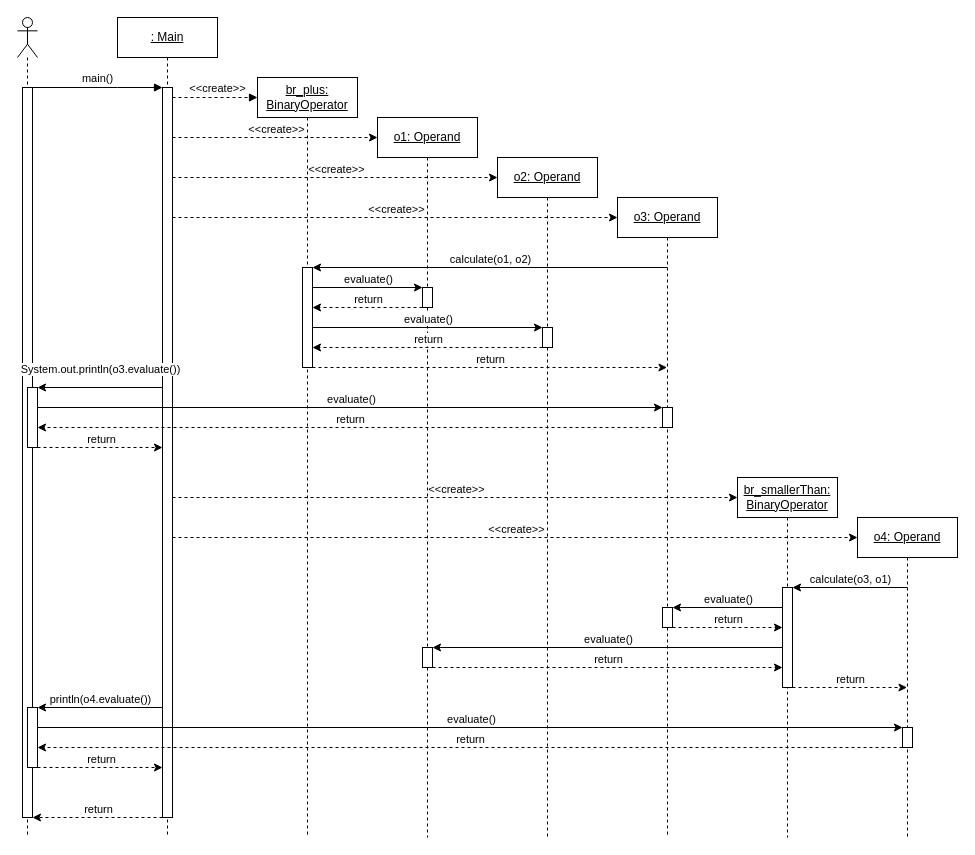
Above: Lab2/lab2.drawio in jcharamut-uconn/CSE2102-SP24-Lab1-Group44 (draw.io), before the change. Source tidied: cells renumbered, new cells numbered last; positions are measured from the earlier drawing's top-left corner, leaving out a move shared by most shapes. Both pictures are drawn from the tidied source at 100%, with x=0, y=0 at pixel (17, 17).
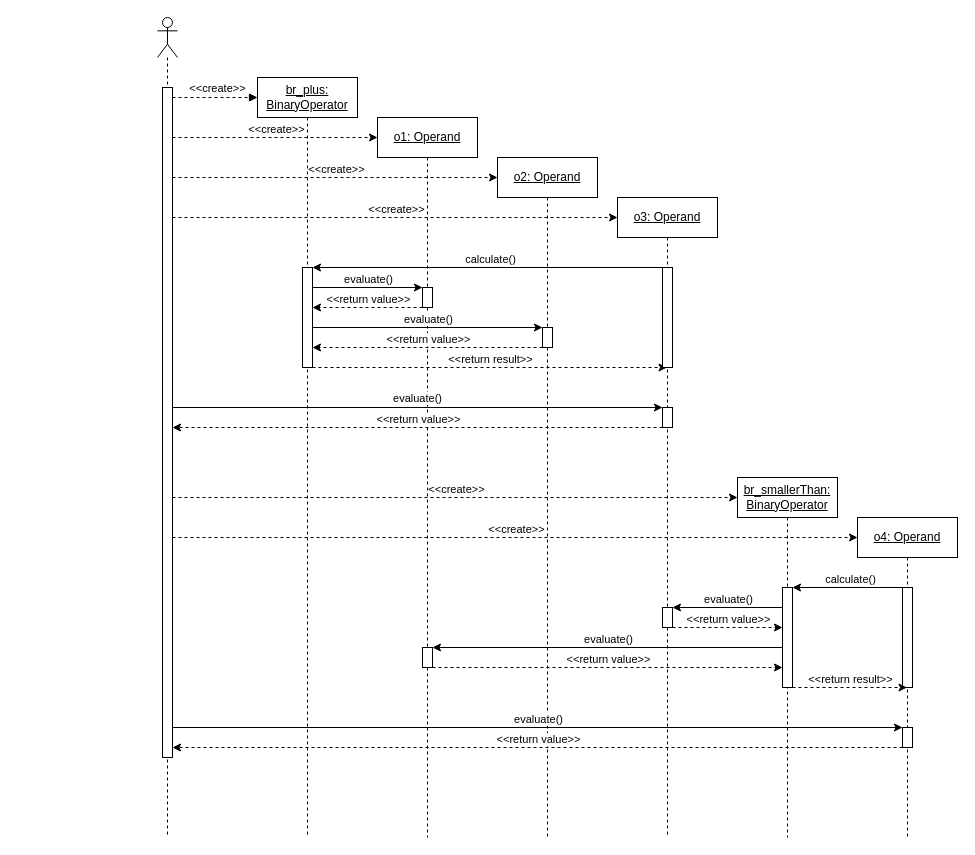
The same diagram, later.

The change refers to these unchanged cells:
```xml
<mxCell id="13" style="html=1;points=[];perimeter=orthogonalPerimeter;outlineConnect=0;targetShapes=umlLifeline;portConstraint=eastwest;newEdgeStyle={&quot;edgeStyle&quot;:&quot;elbowEdgeStyle&quot;,&quot;elbow&quot;:&quot;vertical&quot;,&quot;curved&quot;:0,&quot;rounded&quot;:0};" parent="12" vertex="1">
  <mxGeometry x="45" y="210" width="10" height="20" as="geometry" />
</mxCell>
<mxCell id="17" value="o4: Operand" style="shape=umlLifeline;perimeter=lifelinePerimeter;whiteSpace=wrap;html=1;outlineConnect=0;portConstraint=eastwest;newEdgeStyle={&quot;edgeStyle&quot;:&quot;elbowEdgeStyle&quot;,&quot;elbow&quot;:&quot;vertical&quot;,&quot;curved&quot;:0,&quot;rounded&quot;:0};fontStyle=4;" parent="1" vertex="1">
  <mxGeometry x="840" y="500" width="100" height="320" as="geometry" />
</mxCell>
<mxCell id="18" style="html=1;points=[];perimeter=orthogonalPerimeter;outlineConnect=0;targetShapes=umlLifeline;portConstraint=eastwest;newEdgeStyle={&quot;edgeStyle&quot;:&quot;elbowEdgeStyle&quot;,&quot;elbow&quot;:&quot;vertical&quot;,&quot;curved&quot;:0,&quot;rounded&quot;:0};direction=west;" parent="17" vertex="1">
  <mxGeometry x="45" y="210" width="10" height="20" as="geometry" />
</mxCell>
<mxCell id="26" style="endArrow=classic;html=1;rounded=0;" parent="1" edge="1">
  <mxGeometry relative="1" as="geometry">
    <mxPoint x="650" y="250" as="sourcePoint" />
    <mxPoint x="295" y="250" as="targetPoint" />
  </mxGeometry>
</mxCell>
<mxCell id="31" style="endArrow=classic;html=1;rounded=0;dashed=1;" parent="1" edge="1">
  <mxGeometry relative="1" as="geometry">
    <mxPoint x="405" y="290" as="sourcePoint" />
    <mxPoint x="295" y="290" as="targetPoint" />
  </mxGeometry>
</mxCell>
<mxCell id="35" style="endArrow=classic;html=1;rounded=0;dashed=1;" parent="1" edge="1" source="11">
  <mxGeometry relative="1" as="geometry">
    <mxPoint x="295" y="330" as="targetPoint" />
  </mxGeometry>
</mxCell>
<mxCell id="37" style="endArrow=classic;html=1;rounded=0;dashed=1;" parent="1" edge="1" target="12">
  <mxGeometry relative="1" as="geometry">
    <mxPoint x="295" y="350" as="sourcePoint" />
  </mxGeometry>
</mxCell>
<mxCell id="49" style="endArrow=classic;html=1;rounded=0;" parent="1" edge="1" target="16">
  <mxGeometry relative="1" as="geometry">
    <mxPoint x="890" y="570" as="sourcePoint" />
  </mxGeometry>
</mxCell>
<mxCell id="53" style="endArrow=classic;html=1;rounded=0;dashed=1;" parent="1" edge="1" target="16">
  <mxGeometry relative="1" as="geometry">
    <mxPoint x="655" y="610" as="sourcePoint" />
  </mxGeometry>
</mxCell>
<mxCell id="58" style="endArrow=classic;html=1;rounded=0;dashed=1;" parent="1" edge="1" source="57">
  <mxGeometry relative="1" as="geometry">
    <mxPoint x="765" y="650" as="targetPoint" />
  </mxGeometry>
</mxCell>
```

What changed in the source:
```diff
@@
-    <mxCell id="2" style="shape=umlLifeline;perimeter=lifelinePerimeter;whiteSpace=wrap;html=1;newEdgeStyle={&quot;curved&quot;:0,&quot;rounded&quot;:0};participant=umlActor;" parent="1" vertex="1">
-      <mxGeometry width="20" height="820" as="geometry" />
-    </mxCell>
-    <mxCell id="3" style="html=1;perimeter=orthogonalPerimeter;targetShapes=umlLifeline;newEdgeStyle={&quot;edgeStyle&quot;:&quot;elbowEdgeStyle&quot;,&quot;elbow&quot;:&quot;vertical&quot;,&quot;curved&quot;:0,&quot;rounded&quot;:0};" parent="1" vertex="1">
-      <mxGeometry x="5" y="70" width="10" height="730" as="geometry" />
-    </mxCell>
@@
-    <mxCell id="6" value="&amp;lt;&amp;lt;create&amp;gt;&amp;gt;" style="html=1;verticalAlign=bottom;endArrow=block;edgeStyle=elbowEdgeStyle;elbow=vertical;curved=0;rounded=0;dashed=1;" parent="1" edge="1" source="9">
+    <mxCell id="6" value="&amp;lt;&amp;lt;create&amp;gt;&amp;gt;" style="html=1;verticalAlign=bottom;endArrow=block;edgeStyle=elbowEdgeStyle;elbow=vertical;curved=0;rounded=0;dashed=1;" parent="1" edge="1">
       <mxGeometry x="0.06" relative="1" as="geometry">
+        <mxPoint x="155" y="80" as="sourcePoint" />
         <mxPoint x="240" y="80" as="targetPoint" />
         <Array as="points">
           <mxPoint x="240" y="80" />
         </Array>
       </mxGeometry>
     </mxCell>
@@
-    <mxCell id="8" value=": Main" style="shape=umlLifeline;perimeter=lifelinePerimeter;whiteSpace=wrap;html=1;newEdgeStyle={&quot;edgeStyle&quot;:&quot;elbowEdgeStyle&quot;,&quot;elbow&quot;:&quot;vertical&quot;,&quot;curved&quot;:0,&quot;rounded&quot;:0};fontStyle=4;" parent="1" vertex="1">
-      <mxGeometry x="100" width="100" height="820" as="geometry" />
-    </mxCell>
-    <mxCell id="9" style="html=1;points=[];perimeter=orthogonalPerimeter;outlineConnect=0;targetShapes=umlLifeline;portConstraint=eastwest;newEdgeStyle={&quot;edgeStyle&quot;:&quot;elbowEdgeStyle&quot;,&quot;elbow&quot;:&quot;vertical&quot;,&quot;curved&quot;:0,&quot;rounded&quot;:0};" parent="8" vertex="1">
-      <mxGeometry x="45" y="70" width="10" height="730" as="geometry" />
-    </mxCell>
@@
-    <mxCell id="23" value="main()" style="html=1;verticalAlign=bottom;endArrow=block;edgeStyle=elbowEdgeStyle;elbow=vertical;curved=0;rounded=0;" parent="1" edge="1">
-      <mxGeometry relative="1" as="geometry">
-        <mxPoint x="15" y="70" as="sourcePoint" />
-        <mxPoint x="145" y="70" as="targetPoint" />
-        <Array as="points">
-          <mxPoint x="100" y="70" />
-        </Array>
-      </mxGeometry>
-    </mxCell>
-    <mxCell id="24" style="endArrow=classic;html=1;rounded=0;verticalAlign=bottom;dashed=1;" parent="1" edge="1" source="9">
+    <mxCell id="24" style="endArrow=classic;html=1;rounded=0;verticalAlign=bottom;dashed=1;" parent="1" edge="1">
       <mxGeometry relative="1" as="geometry">
+        <mxPoint x="155" y="200" as="sourcePoint" />
         <mxPoint x="600" y="200" as="targetPoint" />
       </mxGeometry>
     </mxCell>
@@
-    <mxCell id="27" value="calculate(o1, o2)" style="edgeLabel;html=1;align=center;verticalAlign=bottom;" parent="26" vertex="1">
+    <mxCell id="27" value="calculate()" style="edgeLabel;html=1;align=center;verticalAlign=bottom;" parent="26" vertex="1">
       <mxGeometry relative="1" as="geometry" />
     </mxCell>
@@
-    <mxCell id="32" value="return" style="edgeLabel;html=1;align=center;verticalAlign=bottom;" parent="31" vertex="1">
+    <mxCell id="32" value="&amp;lt;&amp;lt;return value&amp;gt;&amp;gt;" style="edgeLabel;html=1;align=center;verticalAlign=bottom;" parent="31" vertex="1">
       <mxGeometry relative="1" as="geometry" />
     </mxCell>
@@
-    <mxCell id="36" value="return" style="edgeLabel;html=1;align=center;verticalAlign=bottom;" parent="35" vertex="1">
+    <mxCell id="36" value="&amp;lt;&amp;lt;return value&amp;gt;&amp;gt;" style="edgeLabel;html=1;align=center;verticalAlign=bottom;" parent="35" vertex="1">
       <mxGeometry relative="1" as="geometry" />
     </mxCell>
@@
-    <mxCell id="38" value="return" style="edgeLabel;html=1;align=center;verticalAlign=bottom;" parent="37" vertex="1">
+    <mxCell id="38" value="&amp;lt;&amp;lt;return result&amp;gt;&amp;gt;" style="edgeLabel;html=1;align=center;verticalAlign=bottom;" parent="37" vertex="1">
       <mxGeometry relative="1" as="geometry" />
     </mxCell>
-    <mxCell id="39" style="endArrow=classic;html=1;rounded=0;" parent="1" edge="1" target="13">
+    <mxCell id="39" value="evaluate()" style="endArrow=classic;html=1;rounded=0;verticalAlign=bottom;" parent="1" edge="1" target="13">
       <mxGeometry relative="1" as="geometry">
-        <mxPoint x="20" y="390" as="sourcePoint" />
+        <mxPoint x="155" y="390" as="sourcePoint" />
       </mxGeometry>
     </mxCell>
-    <mxCell id="40" value="evaluate()" style="edgeLabel;html=1;align=center;verticalAlign=bottom;" parent="39" vertex="1">
-      <mxGeometry relative="1" as="geometry" />
-    </mxCell>
     <mxCell id="41" style="endArrow=classic;html=1;rounded=0;dashed=1;" parent="1" edge="1" source="13">
       <mxGeometry relative="1" as="geometry">
-        <mxPoint x="20" y="410" as="targetPoint" />
+        <mxPoint x="155" y="410" as="targetPoint" />
       </mxGeometry>
     </mxCell>
-    <mxCell id="42" value="return" style="edgeLabel;html=1;align=center;verticalAlign=bottom;" parent="41" vertex="1">
+    <mxCell id="42" value="&amp;lt;&amp;lt;return value&amp;gt;&amp;gt;" style="edgeLabel;html=1;align=center;verticalAlign=bottom;" parent="41" vertex="1">
       <mxGeometry relative="1" as="geometry" />
     </mxCell>
-    <mxCell id="43" style="endArrow=classic;html=1;rounded=0;dashed=1;" parent="1" edge="1" source="73">
-      <mxGeometry relative="1" as="geometry">
-        <mxPoint x="145" y="430" as="targetPoint" />
-      </mxGeometry>
-    </mxCell>
-    <mxCell id="44" value="return" style="edgeLabel;html=1;align=center;verticalAlign=bottom;" parent="43" vertex="1">
-      <mxGeometry relative="1" as="geometry" />
-    </mxCell>
-    <mxCell id="45" style="endArrow=classic;html=1;rounded=0;verticalAlign=bottom;dashed=1;" parent="1" edge="1" source="9">
+    <mxCell id="45" style="endArrow=classic;html=1;rounded=0;verticalAlign=bottom;dashed=1;" parent="1" edge="1">
       <mxGeometry relative="1" as="geometry">
+        <mxPoint x="155" y="480" as="sourcePoint" />
         <mxPoint x="720" y="480" as="targetPoint" />
       </mxGeometry>
     </mxCell>
@@
-    <mxCell id="47" style="endArrow=classic;html=1;rounded=0;verticalAlign=bottom;dashed=1;" parent="1" edge="1" source="9">
+    <mxCell id="47" style="endArrow=classic;html=1;rounded=0;verticalAlign=bottom;dashed=1;" parent="1" edge="1">
       <mxGeometry relative="1" as="geometry">
+        <mxPoint x="155" y="520" as="sourcePoint" />
         <mxPoint x="840" y="520" as="targetPoint" />
       </mxGeometry>
     </mxCell>
@@
-    <mxCell id="50" value="calculate(o3, o1)" style="edgeLabel;html=1;align=center;verticalAlign=bottom;" parent="49" vertex="1">
+    <mxCell id="50" value="calculate()" style="edgeLabel;html=1;align=center;verticalAlign=bottom;" parent="49" vertex="1">
       <mxGeometry relative="1" as="geometry" />
     </mxCell>
@@
+    <mxCell id="76" style="html=1;perimeter=orthogonalPerimeter;targetShapes=umlLifeline;newEdgeStyle={&quot;edgeStyle&quot;:&quot;elbowEdgeStyle&quot;,&quot;elbow&quot;:&quot;vertical&quot;,&quot;curved&quot;:0,&quot;rounded&quot;:0};" parent="1" vertex="1">
+      <mxGeometry x="645" y="250" width="10" height="100" as="geometry" />
+    </mxCell>
@@
-    <mxCell id="54" value="return" style="edgeLabel;html=1;align=center;verticalAlign=bottom;" parent="53" vertex="1">
+    <mxCell id="54" value="&amp;lt;&amp;lt;return value&amp;gt;&amp;gt;" style="edgeLabel;html=1;align=center;verticalAlign=bottom;" parent="53" vertex="1">
       <mxGeometry relative="1" as="geometry" />
     </mxCell>
@@
-    <mxCell id="59" value="return" style="edgeLabel;html=1;align=center;verticalAlign=bottom;" parent="58" vertex="1">
+    <mxCell id="59" value="&lt;div&gt;&amp;lt;&amp;lt;return value&amp;gt;&amp;gt;&lt;/div&gt;" style="edgeLabel;html=1;align=center;verticalAlign=bottom;" parent="58" vertex="1">
       <mxGeometry relative="1" as="geometry" />
     </mxCell>
-    <mxCell id="60" style="endArrow=classic;html=1;rounded=0;dashed=1;" parent="1" edge="1" target="17">
-      <mxGeometry relative="1" as="geometry">
-        <mxPoint x="775" y="670" as="sourcePoint" />
-      </mxGeometry>
-    </mxCell>
-    <mxCell id="61" value="return" style="edgeLabel;html=1;align=center;verticalAlign=bottom;" parent="60" vertex="1">
-      <mxGeometry relative="1" as="geometry" />
-    </mxCell>
-    <mxCell id="62" style="endArrow=classic;html=1;rounded=0;" parent="1" edge="1" source="9" target="64">
-      <mxGeometry relative="1" as="geometry" />
-    </mxCell>
-    <mxCell id="63" value="println(o4.evaluate())" style="edgeLabel;html=1;align=center;verticalAlign=bottom;" parent="62" vertex="1">
-      <mxGeometry relative="1" as="geometry" />
-    </mxCell>
-    <mxCell id="64" style="html=1;points=[];perimeter=orthogonalPerimeter;outlineConnect=0;targetShapes=umlLifeline;portConstraint=eastwest;newEdgeStyle={&quot;edgeStyle&quot;:&quot;elbowEdgeStyle&quot;,&quot;elbow&quot;:&quot;vertical&quot;,&quot;curved&quot;:0,&quot;rounded&quot;:0};" parent="1" vertex="1">
-      <mxGeometry x="10" y="690" width="10" height="60" as="geometry" />
-    </mxCell>
-    <mxCell id="65" style="endArrow=classic;html=1;rounded=0;" parent="1" edge="1" source="64">
+    <mxCell id="65" style="endArrow=classic;html=1;rounded=0;" parent="1" edge="1" target="18">
       <mxGeometry relative="1" as="geometry">
-        <mxPoint x="885" y="710" as="targetPoint" />
+        <mxPoint x="155" y="710" as="sourcePoint" />
       </mxGeometry>
     </mxCell>
@@
-    <mxCell id="67" style="endArrow=classic;html=1;rounded=0;dashed=1;entryX=1;entryY=0.667;entryDx=0;entryDy=0;entryPerimeter=0;" parent="1" edge="1" source="18" target="64">
-      <mxGeometry relative="1" as="geometry" />
+    <mxCell id="67" style="endArrow=classic;html=1;rounded=0;dashed=1;" parent="1" edge="1" source="18">
+      <mxGeometry relative="1" as="geometry">
+        <mxPoint x="155" y="730" as="targetPoint" />
+      </mxGeometry>
     </mxCell>
-    <mxCell id="68" value="return" style="edgeLabel;html=1;align=center;verticalAlign=bottom;" parent="67" vertex="1">
+    <mxCell id="68" value="&amp;lt;&amp;lt;return value&amp;gt;&amp;gt;" style="edgeLabel;html=1;align=center;verticalAlign=bottom;" parent="67" vertex="1">
       <mxGeometry relative="1" as="geometry" />
     </mxCell>
-    <mxCell id="69" style="endArrow=classic;html=1;rounded=0;dashed=1;" parent="1" edge="1" source="64">
-      <mxGeometry relative="1" as="geometry">
-        <mxPoint x="145" y="750" as="targetPoint" />
-      </mxGeometry>
-    </mxCell>
-    <mxCell id="70" value="return" style="edgeLabel;html=1;align=center;verticalAlign=bottom;" parent="69" vertex="1">
-      <mxGeometry relative="1" as="geometry" />
-    </mxCell>
-    <mxCell id="71" style="endArrow=classic;html=1;rounded=0;dashed=1;" parent="1" edge="1">
-      <mxGeometry relative="1" as="geometry">
-        <mxPoint x="145" y="800" as="sourcePoint" />
-        <mxPoint x="15" y="800" as="targetPoint" />
-      </mxGeometry>
-    </mxCell>
-    <mxCell id="72" value="return" style="edgeLabel;html=1;align=center;verticalAlign=bottom;" parent="71" vertex="1">
-      <mxGeometry relative="1" as="geometry" />
-    </mxCell>
-    <mxCell id="73" style="html=1;points=[];perimeter=orthogonalPerimeter;outlineConnect=0;targetShapes=umlLifeline;portConstraint=eastwest;newEdgeStyle={&quot;edgeStyle&quot;:&quot;elbowEdgeStyle&quot;,&quot;elbow&quot;:&quot;vertical&quot;,&quot;curved&quot;:0,&quot;rounded&quot;:0};" parent="1" vertex="1">
-      <mxGeometry x="10" y="370" width="10" height="60" as="geometry" />
-    </mxCell>
-    <mxCell id="74" style="endArrow=classic;html=1;rounded=0;" parent="1" edge="1" source="9">
-      <mxGeometry relative="1" as="geometry">
-        <mxPoint x="20" y="370" as="targetPoint" />
-      </mxGeometry>
-    </mxCell>
-    <mxCell id="75" value="System.out.println(o3.evaluate())" style="edgeLabel;html=1;align=center;verticalAlign=bottom;" parent="74" vertex="1">
-      <mxGeometry relative="1" as="geometry">
-        <mxPoint y="-10" as="offset" />
-      </mxGeometry>
-    </mxCell>
+    <mxCell id="2" style="shape=umlLifeline;perimeter=lifelinePerimeter;whiteSpace=wrap;html=1;newEdgeStyle={&quot;curved&quot;:0,&quot;rounded&quot;:0};participant=umlActor;" parent="1" vertex="1">
+      <mxGeometry x="140" width="20" height="820" as="geometry" />
+    </mxCell>
+    <mxCell id="3" style="html=1;perimeter=orthogonalPerimeter;targetShapes=umlLifeline;newEdgeStyle={&quot;edgeStyle&quot;:&quot;elbowEdgeStyle&quot;,&quot;elbow&quot;:&quot;vertical&quot;,&quot;curved&quot;:0,&quot;rounded&quot;:0};" parent="1" vertex="1">
+      <mxGeometry x="145" y="70" width="10" height="670" as="geometry" />
+    </mxCell>
+    <mxCell id="77" style="html=1;perimeter=orthogonalPerimeter;targetShapes=umlLifeline;newEdgeStyle={&quot;edgeStyle&quot;:&quot;elbowEdgeStyle&quot;,&quot;elbow&quot;:&quot;vertical&quot;,&quot;curved&quot;:0,&quot;rounded&quot;:0};" parent="1" vertex="1">
+      <mxGeometry x="885" y="570" width="10" height="100" as="geometry" />
+    </mxCell>
+    <mxCell id="60" style="endArrow=classic;html=1;rounded=0;dashed=1;" parent="1" edge="1" target="17">
+      <mxGeometry relative="1" as="geometry">
+        <mxPoint x="775" y="670" as="sourcePoint" />
+      </mxGeometry>
+    </mxCell>
+    <mxCell id="61" value="&amp;lt;&amp;lt;return result&amp;gt;&amp;gt;" style="edgeLabel;html=1;align=center;verticalAlign=bottom;" parent="60" vertex="1">
+      <mxGeometry relative="1" as="geometry" />
+    </mxCell>
```
